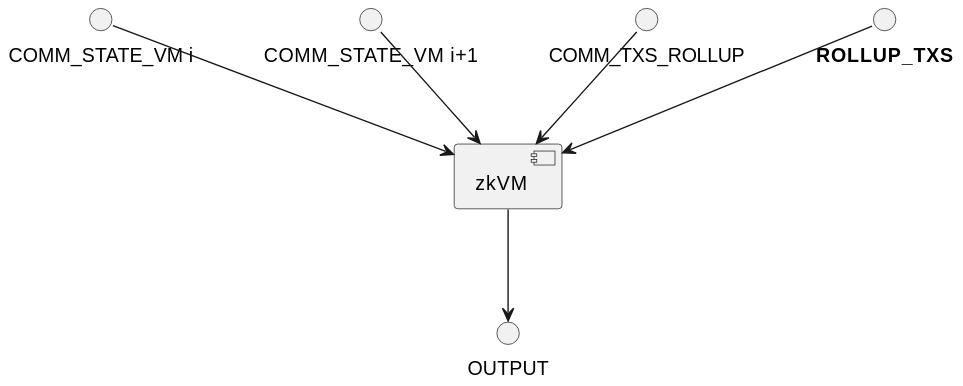
Earlier version of the PlantUML export doc/zk-rollup-default-sequencer.svg (EspressoSystems/espresso-sequencer).
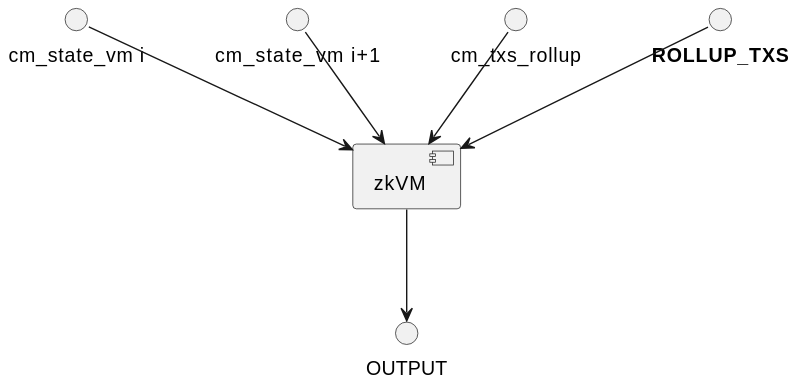
Above is the later version.

Diff of the diagram source:
```diff
@@ -1,9 +1,9 @@
 @startuml
 [zkVM] as ZK
 
-"COMM_STATE_VM i" --> ZK
-"COMM_STATE_VM i+1" --> ZK
-COMM_TXS_ROLLUP --> ZK
+"cm_state_vm i" --> ZK
+"cm_state_vm i+1" --> ZK
+cm_txs_rollup --> ZK
 "<b>ROLLUP_TXS</b>" --> ZK
 ZK --> OUTPUT
 @enduml
```
